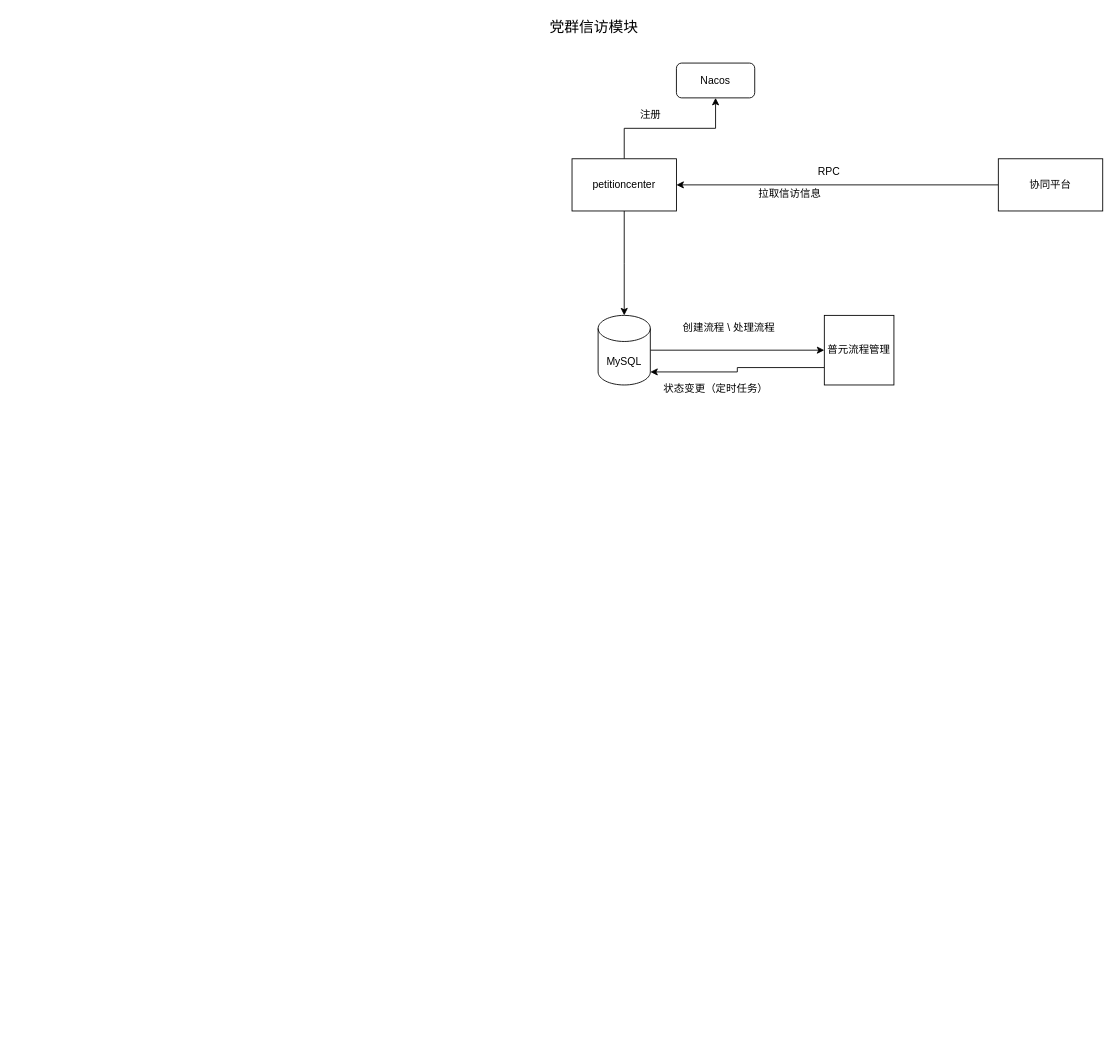
This is sdy/sdy概要设计.drawio from yylovell/drawio, a draw.io file, before an edit. Source tidied: cells renumbered, new cells numbered last; positions are measured from the earlier drawing's top-left corner, leaving out a move shared by most shapes. Both pictures are drawn from the tidied source at 87%, with x=0, y=0 at pixel (537, 15).
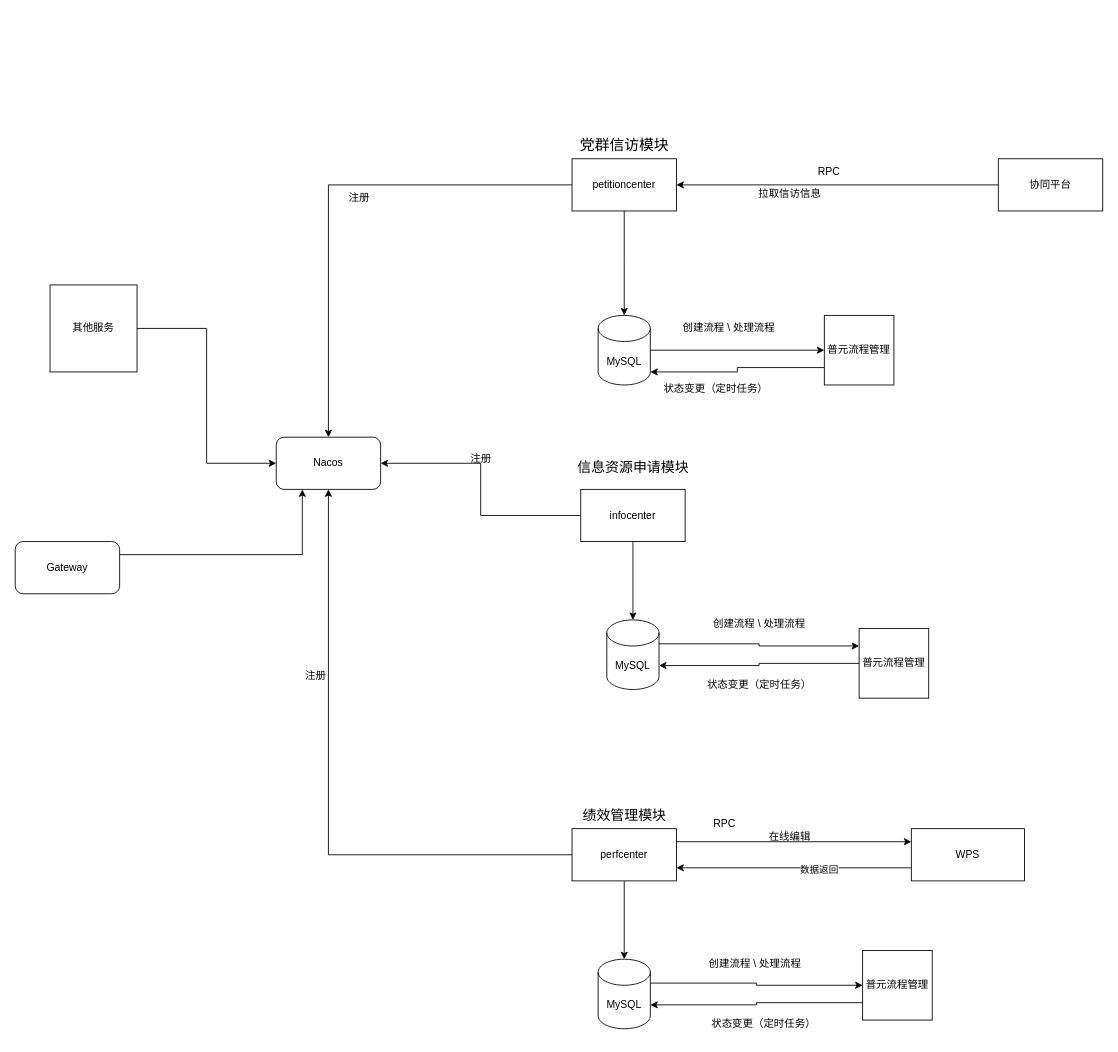
The same page after the edit.

Commit message:
更新sdy概要设计.drawio

Unchanged cells that the change refers to:
```xml
<mxCell id="4" value="petitioncenter" style="rounded=0;whiteSpace=wrap;html=1;" parent="1" vertex="1">
  <mxGeometry x="40" y="165" width="120" height="60" as="geometry" />
</mxCell>
```

Change to the diagram source:
```diff
@@
-    <mxCell id="3" style="edgeStyle=orthogonalEdgeStyle;rounded=0;jettySize=auto;html=1;exitX=0.5;exitY=0;exitDx=0;exitDy=0;entryX=0.5;entryY=1;entryDx=0;entryDy=0;" parent="1" edge="1" source="4" target="12">
+    <mxCell id="3" style="edgeStyle=orthogonalEdgeStyle;rounded=0;jettySize=auto;html=1;exitX=0;exitY=0.5;exitDx=0;exitDy=0;" parent="1" edge="1" source="4" target="12">
       <mxGeometry relative="1" as="geometry" />
     </mxCell>
@@
     <mxCell id="5" value="&lt;font style=&quot;font-size: 17px;&quot;&gt;党群信访模块&lt;/font&gt;" style="text;html=1;align=center;verticalAlign=middle;strokeColor=none;fillColor=none;" parent="1" vertex="1">
-      <mxGeometry width="130" height="30" as="geometry" />
+      <mxGeometry x="35" y="135" width="130" height="30" as="geometry" />
     </mxCell>
@@
-    <mxCell id="12" value="Nacos" style="rounded=1;whiteSpace=wrap;html=1;" parent="1" vertex="1">
-      <mxGeometry x="160" y="55" width="90" height="40" as="geometry" />
-    </mxCell>
     <mxCell id="13" value="注册" style="text;html=1;align=center;verticalAlign=middle;strokeColor=none;fillColor=none;" parent="1" vertex="1">
-      <mxGeometry x="105" y="100" width="50" height="30" as="geometry" />
+      <mxGeometry x="-230" y="195" width="50" height="30" as="geometry" />
     </mxCell>
@@
+    <mxCell id="18" style="edgeStyle=orthogonalEdgeStyle;rounded=0;jettySize=auto;html=1;entryX=0.5;entryY=0;entryDx=0;entryDy=0;entryPerimeter=0;" parent="1" edge="1" source="20" target="22">
+      <mxGeometry relative="1" as="geometry" />
+    </mxCell>
+    <mxCell id="19" style="edgeStyle=orthogonalEdgeStyle;rounded=0;jettySize=auto;html=1;exitX=0;exitY=0.5;exitDx=0;exitDy=0;entryX=1;entryY=0.5;entryDx=0;entryDy=0;" parent="1" edge="1" source="20" target="12">
+      <mxGeometry relative="1" as="geometry" />
+    </mxCell>
+    <mxCell id="20" value="infocenter" style="rounded=0;whiteSpace=wrap;html=1;" parent="1" vertex="1">
+      <mxGeometry x="50" y="545" width="120" height="60" as="geometry" />
+    </mxCell>
+    <mxCell id="21" style="edgeStyle=orthogonalEdgeStyle;rounded=0;jettySize=auto;html=1;exitX=1;exitY=0;exitDx=0;exitDy=27.5;exitPerimeter=0;entryX=0;entryY=0.25;entryDx=0;entryDy=0;" parent="1" edge="1" source="22" target="24">
+      <mxGeometry relative="1" as="geometry" />
+    </mxCell>
+    <mxCell id="22" value="MySQL" style="shape=cylinder3;whiteSpace=wrap;html=1;boundedLbl=1;backgroundOutline=1;size=15;" parent="1" vertex="1">
+      <mxGeometry x="80" y="695" width="60" height="80" as="geometry" />
+    </mxCell>
+    <mxCell id="23" style="edgeStyle=orthogonalEdgeStyle;rounded=0;jettySize=auto;html=1;exitX=0;exitY=0.5;exitDx=0;exitDy=0;entryX=1;entryY=0;entryDx=0;entryDy=52.5;entryPerimeter=0;" parent="1" edge="1" source="24" target="22">
+      <mxGeometry relative="1" as="geometry" />
+    </mxCell>
+    <mxCell id="24" value="普元流程管理" style="whiteSpace=wrap;html=1;" parent="1" vertex="1">
+      <mxGeometry x="370" y="705" width="80" height="80" as="geometry" />
+    </mxCell>
+    <mxCell id="25" value="创建流程 \ 处理流程" style="text;html=1;align=center;verticalAlign=middle;strokeColor=none;fillColor=none;" parent="1" vertex="1">
+      <mxGeometry x="190" y="685" width="130" height="30" as="geometry" />
+    </mxCell>
+    <mxCell id="26" value="状态变更（定时任务）" style="text;html=1;align=center;verticalAlign=middle;strokeColor=none;fillColor=none;" parent="1" vertex="1">
+      <mxGeometry x="185" y="755" width="140" height="30" as="geometry" />
+    </mxCell>
+    <mxCell id="27" value="&lt;font style=&quot;font-size: 16px;&quot;&gt;绩效管理模块&lt;/font&gt;" style="text;html=1;align=center;verticalAlign=middle;strokeColor=none;fillColor=none;" parent="1" vertex="1">
+      <mxGeometry x="40" y="905" width="120" height="30" as="geometry" />
+    </mxCell>
+    <mxCell id="28" style="edgeStyle=orthogonalEdgeStyle;rounded=0;jettySize=auto;html=1;exitX=0.5;exitY=1;exitDx=0;exitDy=0;entryX=0.5;entryY=0;entryDx=0;entryDy=0;entryPerimeter=0;" parent="1" edge="1" source="31" target="35">
+      <mxGeometry relative="1" as="geometry" />
+    </mxCell>
+    <mxCell id="29" style="edgeStyle=orthogonalEdgeStyle;rounded=0;jettySize=auto;html=1;exitX=1;exitY=0.25;exitDx=0;exitDy=0;entryX=0;entryY=0.25;entryDx=0;entryDy=0;" parent="1" edge="1" source="31" target="42">
+      <mxGeometry relative="1" as="geometry" />
+    </mxCell>
+    <mxCell id="30" style="edgeStyle=orthogonalEdgeStyle;rounded=0;jettySize=auto;html=1;exitX=0;exitY=0.5;exitDx=0;exitDy=0;entryX=0.5;entryY=1;entryDx=0;entryDy=0;" parent="1" edge="1" source="31" target="12">
+      <mxGeometry relative="1" as="geometry" />
+    </mxCell>
+    <mxCell id="31" value="perfcenter" style="rounded=0;whiteSpace=wrap;html=1;" parent="1" vertex="1">
+      <mxGeometry x="40" y="935" width="120" height="60" as="geometry" />
+    </mxCell>
+    <mxCell id="32" value="注册" style="text;html=1;align=center;verticalAlign=middle;strokeColor=none;fillColor=none;" parent="1" vertex="1">
+      <mxGeometry x="-90" y="495" width="50" height="30" as="geometry" />
+    </mxCell>
+    <mxCell id="33" value="注册" style="text;html=1;align=center;verticalAlign=middle;strokeColor=none;fillColor=none;" parent="1" vertex="1">
+      <mxGeometry x="-280" y="745" width="50" height="30" as="geometry" />
+    </mxCell>
+    <mxCell id="34" style="edgeStyle=orthogonalEdgeStyle;rounded=0;jettySize=auto;html=1;exitX=1;exitY=0;exitDx=0;exitDy=27.5;exitPerimeter=0;" parent="1" edge="1" source="35" target="37">
+      <mxGeometry relative="1" as="geometry" />
+    </mxCell>
+    <mxCell id="35" value="MySQL" style="shape=cylinder3;whiteSpace=wrap;html=1;boundedLbl=1;backgroundOutline=1;size=15;" parent="1" vertex="1">
+      <mxGeometry x="70" y="1085" width="60" height="80" as="geometry" />
+    </mxCell>
+    <mxCell id="36" style="edgeStyle=orthogonalEdgeStyle;rounded=0;jettySize=auto;html=1;exitX=0;exitY=0.75;exitDx=0;exitDy=0;entryX=1;entryY=0;entryDx=0;entryDy=52.5;entryPerimeter=0;" parent="1" edge="1" source="37" target="35">
+      <mxGeometry relative="1" as="geometry" />
+    </mxCell>
+    <mxCell id="37" value="普元流程管理" style="whiteSpace=wrap;html=1;" parent="1" vertex="1">
+      <mxGeometry x="374" y="1075" width="80" height="80" as="geometry" />
+    </mxCell>
+    <mxCell id="38" value="创建流程 \ 处理流程" style="text;html=1;align=center;verticalAlign=middle;strokeColor=none;fillColor=none;" parent="1" vertex="1">
+      <mxGeometry x="185" y="1075" width="130" height="30" as="geometry" />
+    </mxCell>
+    <mxCell id="39" value="状态变更（定时任务）" style="text;html=1;align=center;verticalAlign=middle;strokeColor=none;fillColor=none;" parent="1" vertex="1">
+      <mxGeometry x="190" y="1145" width="140" height="30" as="geometry" />
+    </mxCell>
+    <mxCell id="40" style="edgeStyle=orthogonalEdgeStyle;rounded=0;jettySize=auto;html=1;exitX=0;exitY=0.75;exitDx=0;exitDy=0;entryX=1;entryY=0.75;entryDx=0;entryDy=0;" parent="1" edge="1" source="42" target="31">
+      <mxGeometry relative="1" as="geometry" />
+    </mxCell>
+    <mxCell id="41" value="数据返回" style="edgeLabel;html=1;align=center;verticalAlign=middle;" parent="40" vertex="1">
+      <mxGeometry x="-0.21" y="2" relative="1" as="geometry" />
+    </mxCell>
+    <mxCell id="42" value="WPS" style="rounded=0;whiteSpace=wrap;html=1;" parent="1" vertex="1">
+      <mxGeometry x="430" y="935" width="130" height="60" as="geometry" />
+    </mxCell>
+    <mxCell id="43" value="RPC" style="text;html=1;align=center;verticalAlign=middle;strokeColor=none;fillColor=none;" parent="1" vertex="1">
+      <mxGeometry x="190" y="915" width="50" height="30" as="geometry" />
+    </mxCell>
+    <mxCell id="44" value="在线编辑" style="text;html=1;align=center;verticalAlign=middle;strokeColor=none;fillColor=none;" parent="1" vertex="1">
+      <mxGeometry x="255" y="930" width="70" height="30" as="geometry" />
+    </mxCell>
+    <mxCell id="45" style="edgeStyle=orthogonalEdgeStyle;rounded=0;jettySize=auto;html=1;exitX=1;exitY=0.5;exitDx=0;exitDy=0;entryX=0;entryY=0.5;entryDx=0;entryDy=0;" parent="1" edge="1" source="46" target="12">
+      <mxGeometry relative="1" as="geometry" />
+    </mxCell>
+    <mxCell id="46" value="其他服务" style="whiteSpace=wrap;html=1;" parent="1" vertex="1">
+      <mxGeometry x="-560" y="310" width="100" height="100" as="geometry" />
+    </mxCell>
+    <mxCell id="12" value="Nacos" style="rounded=1;whiteSpace=wrap;html=1;" parent="1" vertex="1">
+      <mxGeometry x="-300" y="485" width="120" height="60" as="geometry" />
+    </mxCell>
+    <mxCell id="47" value="信息资源申请模块" style="text;html=1;align=center;verticalAlign=middle;strokeColor=none;fillColor=none;fontSize=16;" parent="1" vertex="1">
+      <mxGeometry x="35" y="505" width="150" height="30" as="geometry" />
+    </mxCell>
+    <mxCell id="48" style="edgeStyle=orthogonalEdgeStyle;rounded=0;jettySize=auto;html=1;exitX=1;exitY=0.25;exitDx=0;exitDy=0;entryX=0.25;entryY=1;entryDx=0;entryDy=0;" parent="1" edge="1" source="49" target="12">
+      <mxGeometry relative="1" as="geometry" />
+    </mxCell>
+    <mxCell id="49" value="Gateway" style="rounded=1;whiteSpace=wrap;html=1;" parent="1" vertex="1">
+      <mxGeometry x="-600" y="605" width="120" height="60" as="geometry" />
+    </mxCell>
```
